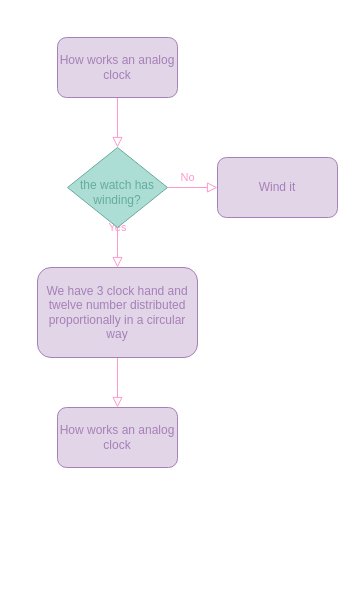
Above: Untitled Diagram.drawio in PlatziMaster/challenge-prework-01 (draw.io), before the change. Source tidied: cells renumbered, new cells numbered last; positions are measured from the earlier drawing's top-left corner, leaving out a move shared by most shapes. Both pictures are drawn from the tidied source at 100%, with x=0, y=0 at pixel (37, 37).
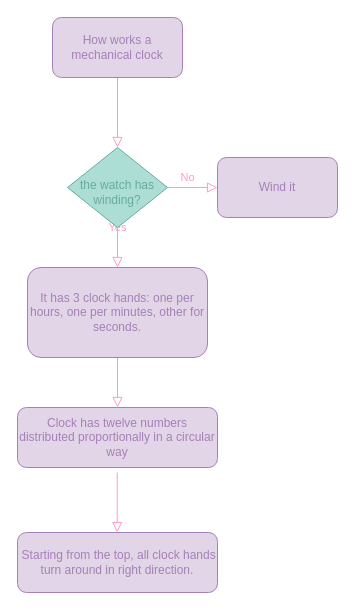
After the change.

Commit message (it also covers changes not shown here):
Clock diagram

What changed in the source:
```diff
@@
 <mxGraphModel>
   <root>
     <mxCell id="0" />
     <mxCell id="1" parent="0" />
     <mxCell id="2" style="html=1;jettySize=auto;fontSize=11;endArrow=block;endFill=0;endSize=8;strokeWidth=1;shadow=0;labelBackgroundColor=none;edgeStyle=orthogonalEdgeStyle;fillColor=#d80073;strokeColor=#FF99CC;rounded=1;" parent="1" edge="1" source="3" target="6">
-      <mxGeometry relative="1" as="geometry" />
+      <mxGeometry relative="1" as="geometry">
+        <Array as="points">
+          <mxPoint x="80" y="70" />
+          <mxPoint x="80" y="70" />
+        </Array>
+      </mxGeometry>
     </mxCell>
-    <mxCell id="3" value="&lt;font color=&quot;#a680b8&quot;&gt;How works an&amp;nbsp;analog clock&lt;/font&gt;" style="rounded=1;whiteSpace=wrap;html=1;fontSize=12;glass=0;strokeWidth=1;shadow=0;fillColor=#e1d5e7;strokeColor=#A680B8;" parent="1" vertex="1">
-      <mxGeometry x="20" width="120" height="60" as="geometry" />
+    <mxCell id="3" value="&lt;font color=&quot;#a680b8&quot;&gt;How works a mechanical clock&lt;/font&gt;" style="rounded=1;whiteSpace=wrap;html=1;fontSize=12;glass=0;strokeWidth=1;shadow=0;fillColor=#e1d5e7;strokeColor=#A680B8;fontFamily=Helvetica;" parent="1" vertex="1">
+      <mxGeometry x="15" y="-20" width="130" height="60" as="geometry" />
     </mxCell>
     <mxCell id="4" value="Yes" style="html=1;jettySize=auto;fontSize=11;endArrow=block;endFill=0;endSize=8;strokeWidth=1;shadow=0;labelBackgroundColor=none;edgeStyle=orthogonalEdgeStyle;fillColor=#d80073;strokeColor=#FF99CC;rounded=1;fontColor=#FF99CC;" parent="1" edge="1" source="6">
       <mxGeometry y="20" relative="1" as="geometry">
         <mxPoint x="80" y="230" as="targetPoint" />
       </mxGeometry>
     </mxCell>
     <mxCell id="5" style="edgeStyle=orthogonalEdgeStyle;html=1;jettySize=auto;fontSize=11;endArrow=block;endFill=0;endSize=8;strokeWidth=1;shadow=0;labelBackgroundColor=none;fillColor=#d80073;strokeColor=#FF99CC;rounded=1;" parent="1" edge="1" source="6">
       <mxGeometry x="0.2" y="20" relative="1" as="geometry">
         <mxPoint x="180" y="150" as="targetPoint" />
       </mxGeometry>
     </mxCell>
     <mxCell id="6" value="&lt;div&gt;&lt;font color=&quot;#67ab9f&quot;&gt;&lt;br&gt;&lt;/font&gt;&lt;/div&gt;&lt;div&gt;&lt;font color=&quot;#67ab9f&quot;&gt;the watch has winding?&lt;/font&gt;&lt;/div&gt;" style="rhombus;whiteSpace=wrap;html=1;shadow=0;fontFamily=Helvetica;fontSize=12;align=center;strokeWidth=1;spacing=6;spacingTop=-4;strokeColor=#67AB9F;fillColor=#ACDED5;" parent="1" vertex="1">
       <mxGeometry x="30" y="110" width="100" height="80" as="geometry" />
     </mxCell>
     <mxCell id="7" value="&lt;font color=&quot;#ff99cc&quot;&gt;No&lt;/font&gt;" style="html=1;jettySize=auto;orthogonalLoop=1;fontSize=11;endArrow=block;endFill=0;endSize=8;strokeWidth=1;shadow=0;labelBackgroundColor=none;edgeStyle=orthogonalEdgeStyle;fillColor=#d80073;strokeColor=#FF99CC;rounded=1;" parent="1" edge="1">
       <mxGeometry x="-1" y="184" relative="1" as="geometry">
         <mxPoint x="80" y="310" as="sourcePoint" />
         <mxPoint x="80" y="370" as="targetPoint" />
         <mxPoint x="-114" y="-170" as="offset" />
       </mxGeometry>
     </mxCell>
-    <mxCell id="8" value="&lt;font color=&quot;#a680b8&quot;&gt;We have 3 clock hand and twelve number distributed proportionally in a circular way&lt;/font&gt;" style="rounded=1;whiteSpace=wrap;html=1;fontSize=12;glass=0;strokeWidth=1;shadow=0;fillColor=#e1d5e7;strokeColor=#A680B8;" parent="1" vertex="1">
-      <mxGeometry y="230" width="160" height="90" as="geometry" />
+    <mxCell id="8" value="&lt;span style=&quot;color: rgb(166 , 128 , 184)&quot;&gt;It has 3 clock hands: one per hours, one per minutes, other for seconds.&lt;/span&gt;" style="rounded=1;whiteSpace=wrap;html=1;fontSize=12;glass=0;strokeWidth=1;shadow=0;fillColor=#e1d5e7;strokeColor=#A680B8;fontFamily=Helvetica;" parent="1" vertex="1">
+      <mxGeometry x="-10" y="230" width="180" height="90" as="geometry" />
     </mxCell>
-    <mxCell id="9" value="&lt;font color=&quot;#a680b8&quot;&gt;Wind it&lt;/font&gt;" style="rounded=1;whiteSpace=wrap;html=1;fontSize=12;glass=0;strokeWidth=1;shadow=0;fillColor=#e1d5e7;strokeColor=#A680B8;" parent="1" vertex="1">
+    <mxCell id="9" value="&lt;font color=&quot;#a680b8&quot;&gt;Wind it&lt;/font&gt;" style="rounded=1;whiteSpace=wrap;html=1;fontSize=12;glass=0;strokeWidth=1;shadow=0;fillColor=#e1d5e7;strokeColor=#A680B8;fontFamily=Helvetica;" parent="1" vertex="1">
       <mxGeometry x="180" y="120" width="120" height="60" as="geometry" />
     </mxCell>
-    <mxCell id="10" value="&lt;font color=&quot;#a680b8&quot;&gt;How works an&amp;nbsp;analog clock&lt;/font&gt;" style="rounded=1;whiteSpace=wrap;html=1;fontSize=12;glass=0;strokeWidth=1;shadow=0;fillColor=#e1d5e7;strokeColor=#A680B8;" parent="1" vertex="1">
-      <mxGeometry x="20" y="370" width="120" height="60" as="geometry" />
+    <mxCell id="10" value="&lt;font color=&quot;#a680b8&quot;&gt;&amp;nbsp;Starting from the top, all clock hands turn around in right direction.&lt;/font&gt;" style="rounded=1;whiteSpace=wrap;html=1;fontSize=12;glass=0;strokeWidth=1;shadow=0;fillColor=#e1d5e7;strokeColor=#A680B8;" parent="1" vertex="1">
+      <mxGeometry x="-20" y="495" width="200" height="60" as="geometry" />
     </mxCell>
+    <mxCell id="11" value="&lt;span style=&quot;color: rgb(166 , 128 , 184)&quot;&gt;Clock has twelve numbers distributed proportionally in a circular way&lt;/span&gt;" style="rounded=1;whiteSpace=wrap;html=1;fontColor=#FF99CC;fillColor=#E1D5E7;strokeColor=#A680B8;fontFamily=Helvetica;" parent="1" vertex="1">
+      <mxGeometry x="-20" y="370" width="200" height="60" as="geometry" />
+    </mxCell>
+    <mxCell id="12" style="html=1;jettySize=auto;orthogonalLoop=1;fontSize=11;endArrow=block;endFill=0;endSize=8;strokeWidth=1;shadow=0;labelBackgroundColor=none;edgeStyle=orthogonalEdgeStyle;fillColor=#d80073;strokeColor=#FF99CC;rounded=1;" parent="1" edge="1">
+      <mxGeometry x="-1" y="184" relative="1" as="geometry">
+        <mxPoint x="79.7" y="435" as="sourcePoint" />
+        <mxPoint x="79.7" y="495" as="targetPoint" />
+        <mxPoint x="-114" y="-170" as="offset" />
+      </mxGeometry>
+    </mxCell>
   </root>
 </mxGraphModel>
```
